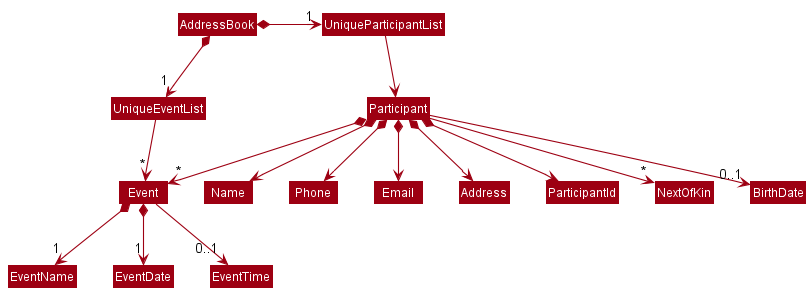
nus-cs2103-AY2122S1/tp keeps this PlantUML diagram as docs/images/BetterModelClassDiagram.png. Above is the earlier version.
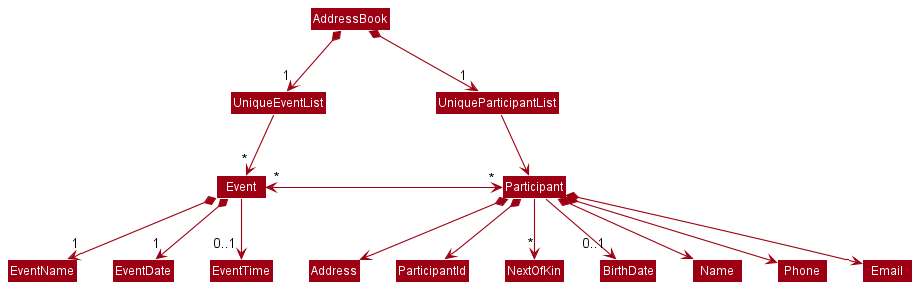
The same diagram one commit later.

Commit message:
Update ModelClassDiagram and BetterModelClassDiagram

The edit, as a diff of the source:
```diff
@@ -15,7 +15,7 @@
 Participant *--> Email
 Participant *--> Address
 Participant *--> ParticipantId
-Participant *--> "*" Event
+Participant "*" <-left-> "*" Event
 Participant --> "*" NextOfKin
 Participant --> "0..1" BirthDate
 Event *--> "1" EventName
```
